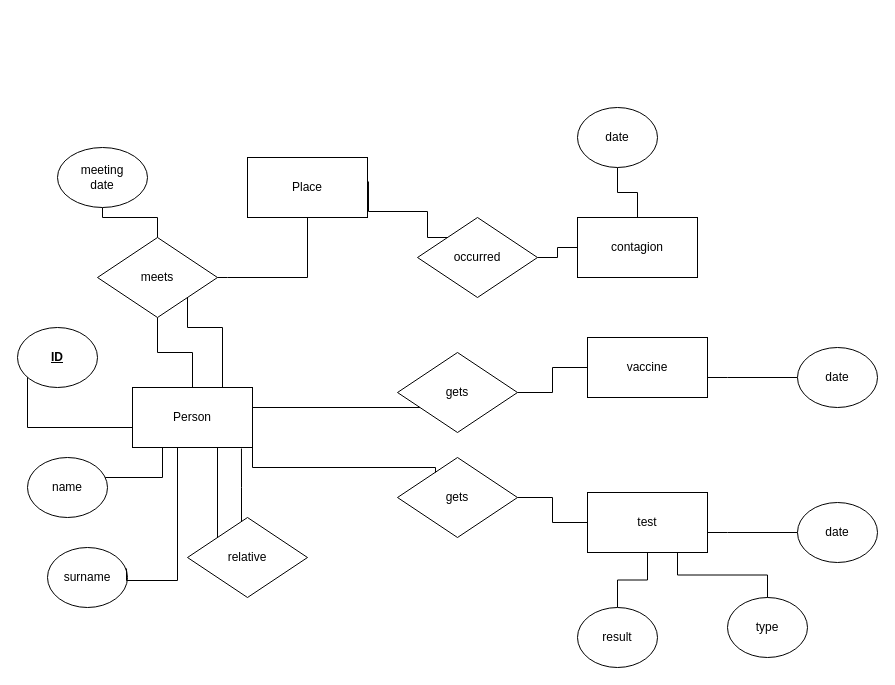
Above: ER_diagram_covid.drawio in bohbohb/COVID-19-Neo4j (draw.io), before the change. Source tidied: cells renumbered, new cells numbered last; positions are measured from the earlier drawing's top-left corner, leaving out a move shared by most shapes. Both pictures are drawn from the tidied source at 100%, with x=0, y=0 at pixel (17, 107).
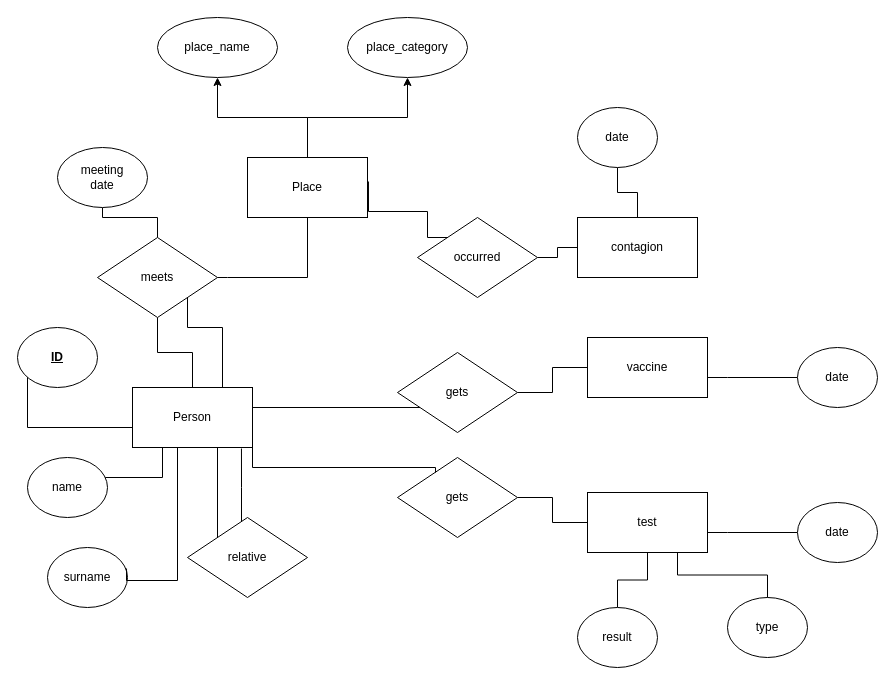
Above is the later version.

Commit message (it also covers changes not shown here):
Added loading queries; modified drawio'

The change refers to these unchanged cells:
```xml
<mxCell id="9" value="Place" style="rounded=0;whiteSpace=wrap;html=1;" parent="1" vertex="1">
  <mxGeometry x="230" y="50" width="120" height="60" as="geometry" />
</mxCell>
```

Diff of the diagram source:
```diff
@@
+    <mxCell id="43" style="edgeStyle=orthogonalEdgeStyle;rounded=0;jettySize=auto;html=1;" parent="1" edge="1" source="9" target="45">
+      <mxGeometry relative="1" as="geometry" />
+    </mxCell>
+    <mxCell id="44" style="edgeStyle=orthogonalEdgeStyle;rounded=0;jettySize=auto;html=1;exitX=0.5;exitY=0;exitDx=0;exitDy=0;entryX=0.5;entryY=1;entryDx=0;entryDy=0;" parent="1" edge="1" source="9" target="46">
+      <mxGeometry relative="1" as="geometry" />
+    </mxCell>
@@
+    <mxCell id="45" value="place_name&lt;br&gt;" style="ellipse;whiteSpace=wrap;html=1;rounded=0;" parent="1" vertex="1">
+      <mxGeometry x="140" y="-90" width="120" height="60" as="geometry" />
+    </mxCell>
+    <mxCell id="46" value="place_category" style="ellipse;whiteSpace=wrap;html=1;rounded=0;" parent="1" vertex="1">
+      <mxGeometry x="330" y="-90" width="120" height="60" as="geometry" />
+    </mxCell>
```
